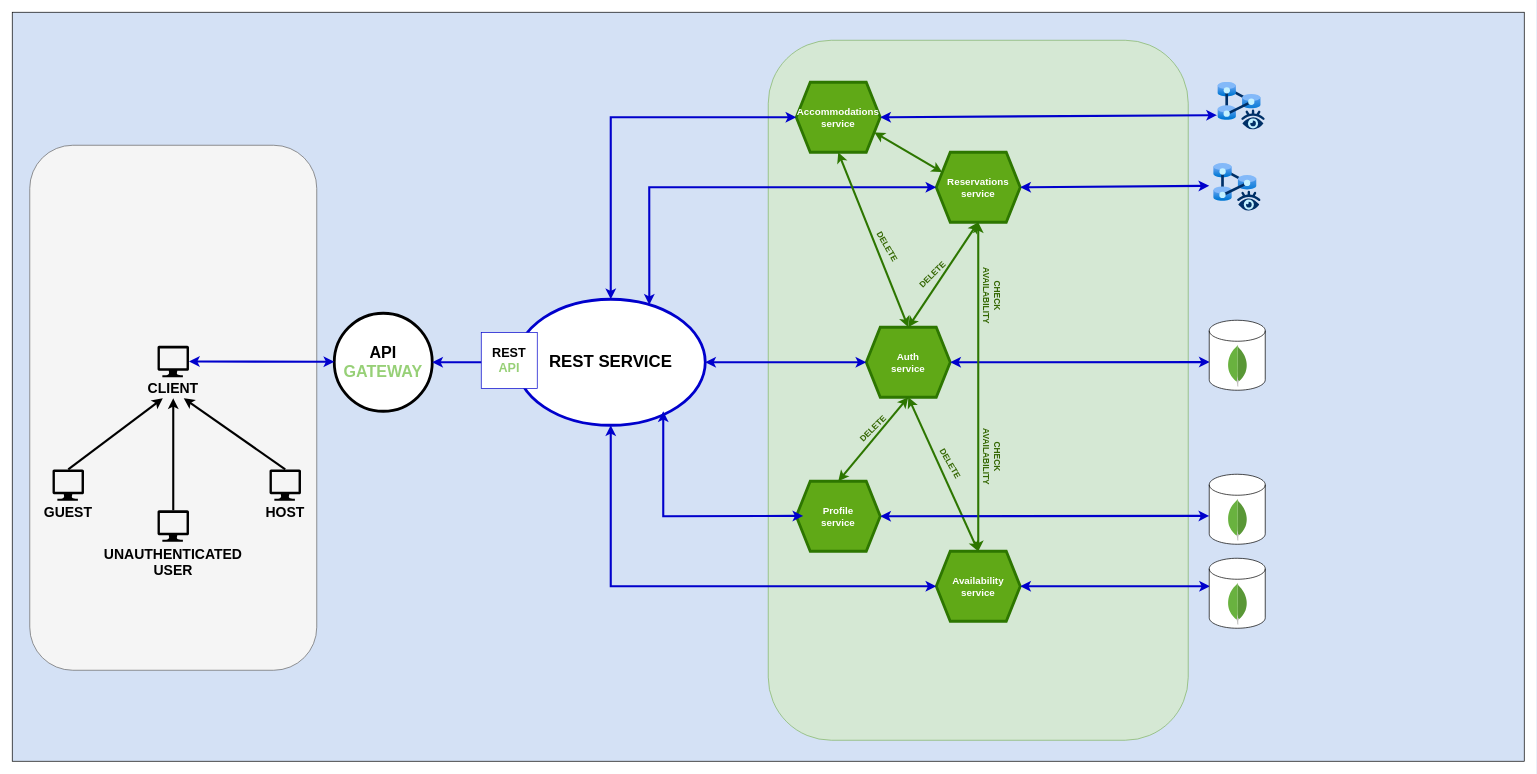
Earlier version of the draw.io diagram dijagram.drawio (MihajloJankovic/HomeHorizon-2023). Source tidied: cells renumbered, new cells numbered last; positions are measured from the earlier drawing's top-left corner, leaving out a move shared by most shapes. Both pictures are drawn from the tidied source at 70%, with x=0, y=0 at pixel (12, 12).
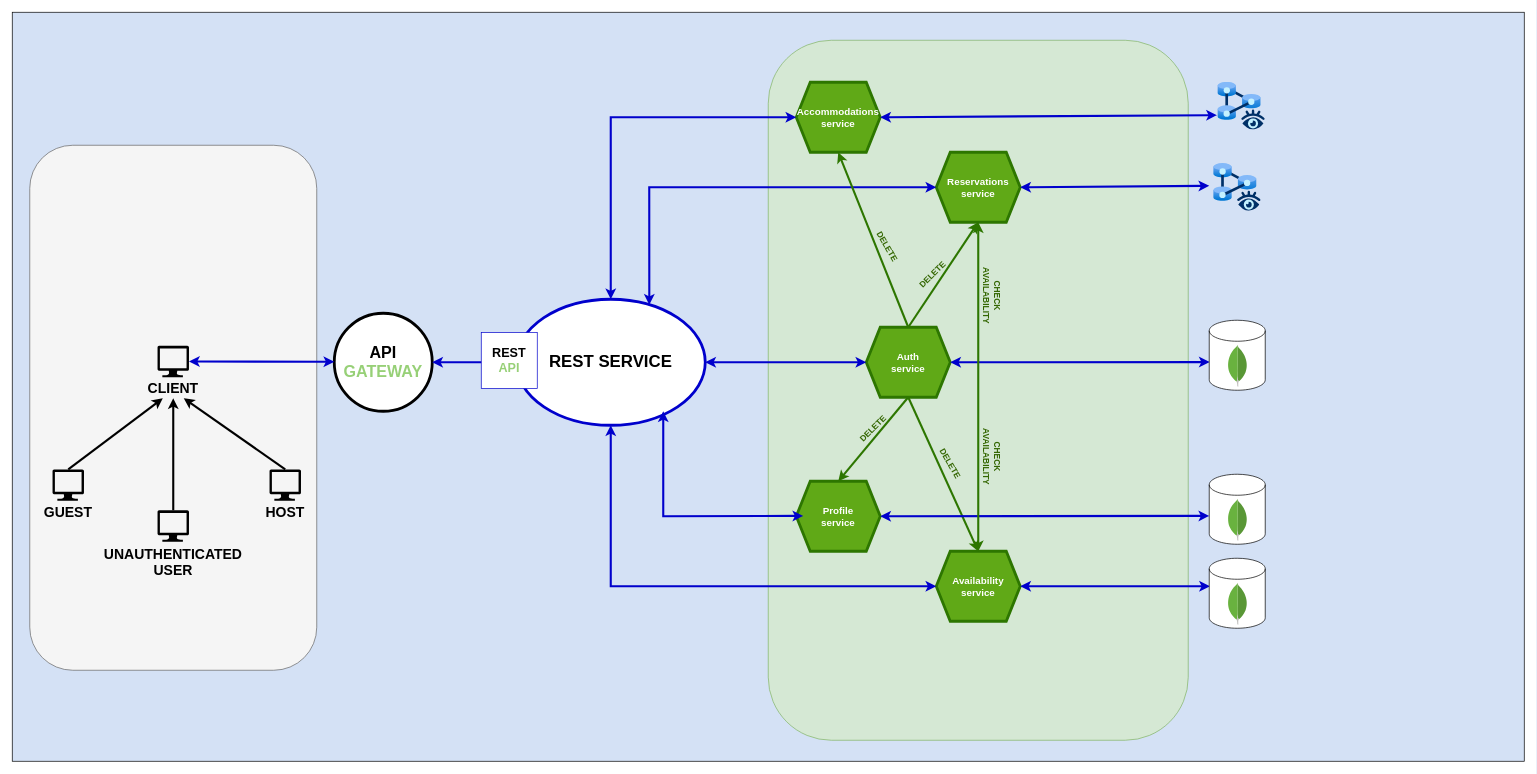
The same diagram, later.

Commit message:
fix diagram for mihajlo

The change refers to these unchanged cells:
```xml
<mxCell id="6" value="Accommodations&lt;br style=&quot;font-size: 14px;&quot;&gt;service" style="shape=hexagon;perimeter=hexagonPerimeter2;whiteSpace=wrap;html=1;fixedSize=1;fillColor=#60a917;strokeColor=#2D7600;fontColor=#ffffff;strokeWidth=4;fontSize=14;fontStyle=1;" parent="1" vertex="1">
  <mxGeometry x="1120" y="100" width="120" height="100" as="geometry" />
</mxCell>
<mxCell id="7" value="Auth&lt;br&gt;service" style="shape=hexagon;perimeter=hexagonPerimeter2;whiteSpace=wrap;html=1;fixedSize=1;fillColor=#60a917;strokeColor=#2D7600;fontColor=#ffffff;strokeWidth=4;fontSize=14;fontStyle=1;" parent="1" vertex="1">
  <mxGeometry x="1220" y="450" width="120" height="100" as="geometry" />
</mxCell>
<mxCell id="8" value="Reservations&lt;br style=&quot;font-size: 14px;&quot;&gt;service" style="shape=hexagon;perimeter=hexagonPerimeter2;whiteSpace=wrap;html=1;fixedSize=1;fillColor=#60a917;strokeColor=#2D7600;fontColor=#ffffff;strokeWidth=4;fontSize=14;fontStyle=1;" parent="1" vertex="1">
  <mxGeometry x="1320" y="200" width="120" height="100" as="geometry" />
</mxCell>
<mxCell id="9" value="Availability&lt;br&gt;service" style="shape=hexagon;perimeter=hexagonPerimeter2;whiteSpace=wrap;html=1;fixedSize=1;fillColor=#60a917;strokeColor=#2D7600;fontColor=#ffffff;strokeWidth=4;fontSize=14;fontStyle=1;" parent="1" vertex="1">
  <mxGeometry x="1320" y="770" width="120" height="100" as="geometry" />
</mxCell>
<mxCell id="37" value="Profile &lt;br&gt;service" style="shape=hexagon;perimeter=hexagonPerimeter2;whiteSpace=wrap;html=1;fixedSize=1;fillColor=#60a917;strokeColor=#2D7600;fontColor=#ffffff;strokeWidth=4;fontSize=14;fontStyle=1;" parent="1" vertex="1">
  <mxGeometry x="1120" y="670" width="120" height="100" as="geometry" />
</mxCell>
```

What changed in the source:
```diff
@@
-    <mxCell id="16" style="endArrow=classic;html=1;rounded=0;exitX=0.5;exitY=1;exitDx=0;exitDy=0;entryX=0.5;entryY=0;entryDx=0;entryDy=0;strokeWidth=3;strokeColor=#2D7600;fillColor=#60a917;startArrow=classic;startFill=1;endFill=1;" parent="1" edge="1" source="6" target="7">
+    <mxCell id="16" style="endArrow=none;html=1;rounded=0;exitX=0.5;exitY=1;exitDx=0;exitDy=0;entryX=0.5;entryY=0;entryDx=0;entryDy=0;strokeWidth=3;strokeColor=#2D7600;fillColor=#60a917;startArrow=classic;startFill=1;endFill=0;" parent="1" edge="1" source="6" target="7">
       <mxGeometry relative="1" as="geometry" />
     </mxCell>
-    <mxCell id="17" style="endArrow=classic;html=1;rounded=0;exitX=1;exitY=0.75;exitDx=0;exitDy=0;entryX=0;entryY=0.25;entryDx=0;entryDy=0;strokeWidth=3;strokeColor=#2D7600;fillColor=#60a917;startArrow=classic;startFill=1;endFill=1;" parent="1" edge="1" source="6" target="8">
-      <mxGeometry relative="1" as="geometry" />
-    </mxCell>
-    <mxCell id="18" style="endArrow=classic;html=1;rounded=0;exitX=0.5;exitY=1;exitDx=0;exitDy=0;entryX=0.5;entryY=0;entryDx=0;entryDy=0;strokeWidth=3;strokeColor=#2D7600;fillColor=#60a917;startArrow=classic;startFill=1;endFill=1;" parent="1" edge="1" source="8" target="7">
+    <mxCell id="18" style="endArrow=none;html=1;rounded=0;exitX=0.5;exitY=1;exitDx=0;exitDy=0;entryX=0.5;entryY=0;entryDx=0;entryDy=0;strokeWidth=3;strokeColor=#2D7600;fillColor=#60a917;startArrow=classic;startFill=1;endFill=0;" parent="1" edge="1" source="8" target="7">
       <mxGeometry relative="1" as="geometry" />
     </mxCell>
-    <mxCell id="19" style="endArrow=classic;html=1;rounded=0;exitX=0.5;exitY=1;exitDx=0;exitDy=0;entryX=0.5;entryY=0;entryDx=0;entryDy=0;strokeWidth=3;strokeColor=#2D7600;fillColor=#60a917;startArrow=classic;startFill=1;endFill=1;" parent="1" edge="1" source="7" target="9">
+    <mxCell id="19" style="endArrow=classic;html=1;rounded=0;exitX=0.5;exitY=1;exitDx=0;exitDy=0;entryX=0.5;entryY=0;entryDx=0;entryDy=0;strokeWidth=3;strokeColor=#2D7600;fillColor=#60a917;startArrow=none;startFill=0;endFill=1;" parent="1" edge="1" source="7" target="9">
       <mxGeometry relative="1" as="geometry" />
     </mxCell>
@@
-    <mxCell id="51" style="endArrow=classic;html=1;rounded=0;exitX=0.5;exitY=1;exitDx=0;exitDy=0;entryX=0.5;entryY=0;entryDx=0;entryDy=0;strokeWidth=3;strokeColor=#2D7600;fillColor=#60a917;startArrow=classic;startFill=1;endFill=1;" parent="1" edge="1" source="7" target="37">
+    <mxCell id="51" style="endArrow=classic;html=1;rounded=0;exitX=0.5;exitY=1;exitDx=0;exitDy=0;entryX=0.5;entryY=0;entryDx=0;entryDy=0;strokeWidth=3;strokeColor=#2D7600;fillColor=#60a917;startArrow=none;startFill=0;endFill=1;" parent="1" edge="1" source="7" target="37">
       <mxGeometry relative="1" as="geometry" />
     </mxCell>
```
